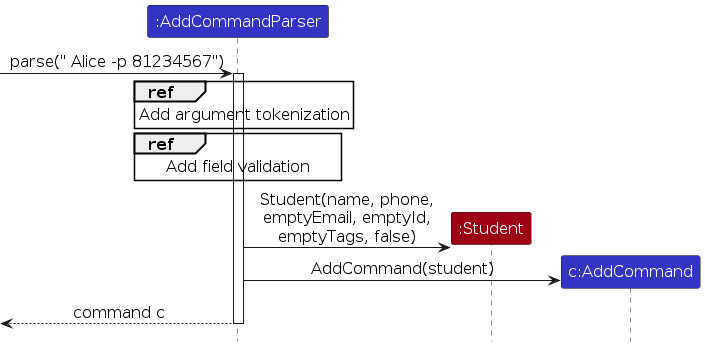
Before: diagrams/CommandArgumentParsing.png, a diagram exported from PlantUML (AY2627S1-CS2103T-T16-1/tp). Its source is kept beside it as diagrams/CommandArgumentParsing.puml.
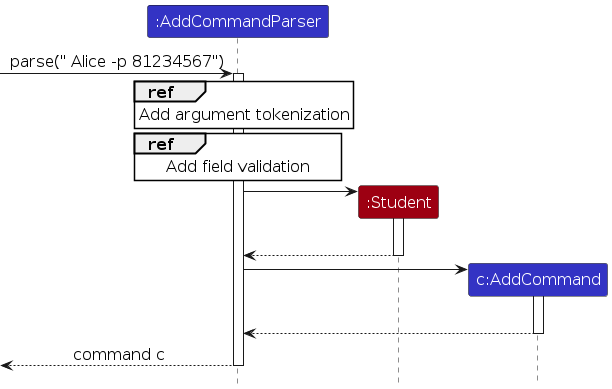
After the commit.

What changed in the source:
```diff
@@ -3,6 +3,7 @@
 skinparam ArrowFontStyle plain
 skinparam defaultFontSize 16
 skinparam maxMessageSize 260
+skinparam sequenceReferenceBackgroundColor #FFFFFF
 
 participant ":AddCommandParser" as parser LOGIC_COLOR
 participant ":Student" as student MODEL_COLOR
@@ -17,9 +18,17 @@
   Add field validation
 end ref
 create student
-parser -> student : Student(name, phone,\nemptyEmail, emptyId, emptyTags, false)
+parser -> student
+activate student
+||20||
+student --> parser
+deactivate student
 create command
-parser -> command : AddCommand(student)
+parser -> command
+activate command
+||20||
+command --> parser
+deactivate command
 [<-- parser : command c
 deactivate parser
 @enduml
```
